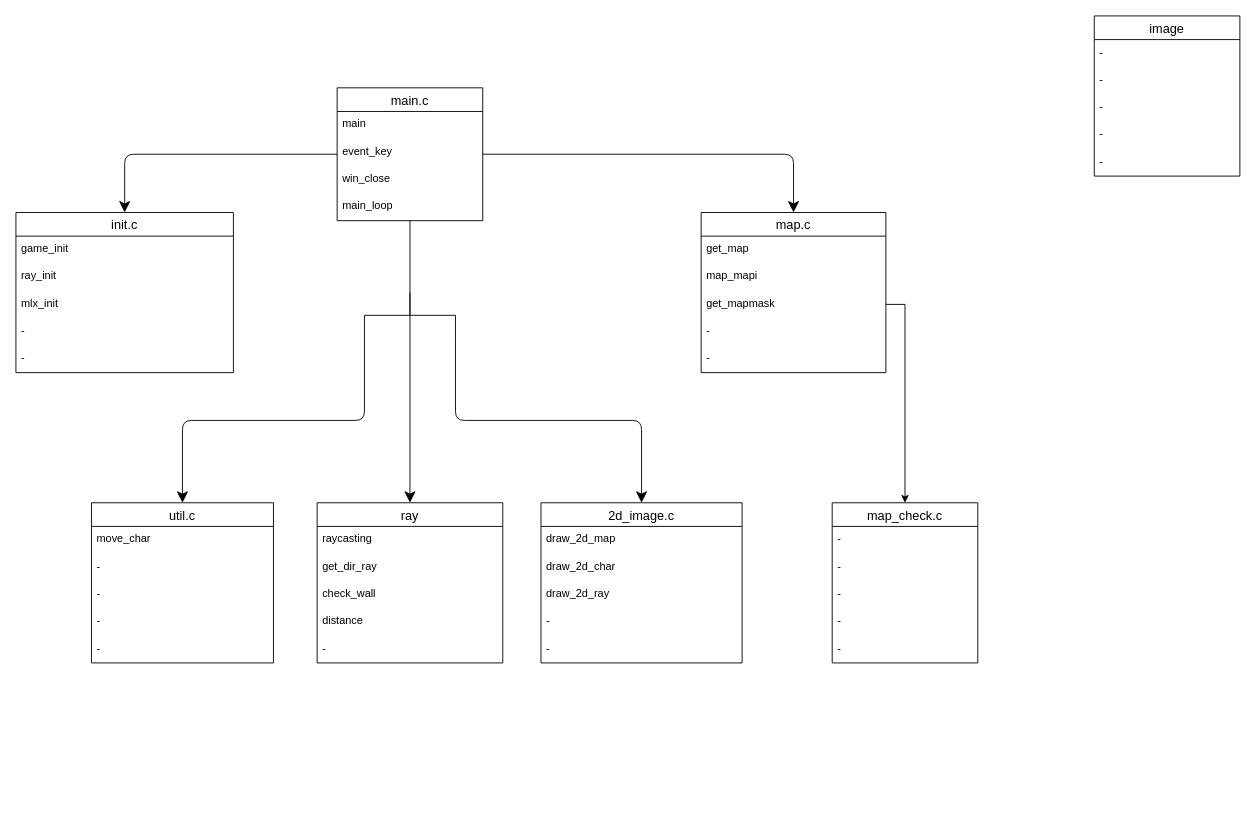
This is drawio/cub3d.drawio from meong99/42_seoul, a draw.io file, before an edit. Source tidied: cells renumbered, new cells numbered last; positions are measured from the earlier drawing's top-left corner, leaving out a move shared by most shapes. Both pictures are drawn from the tidied source at 91%, with x=0, y=0 at pixel (15, 15).
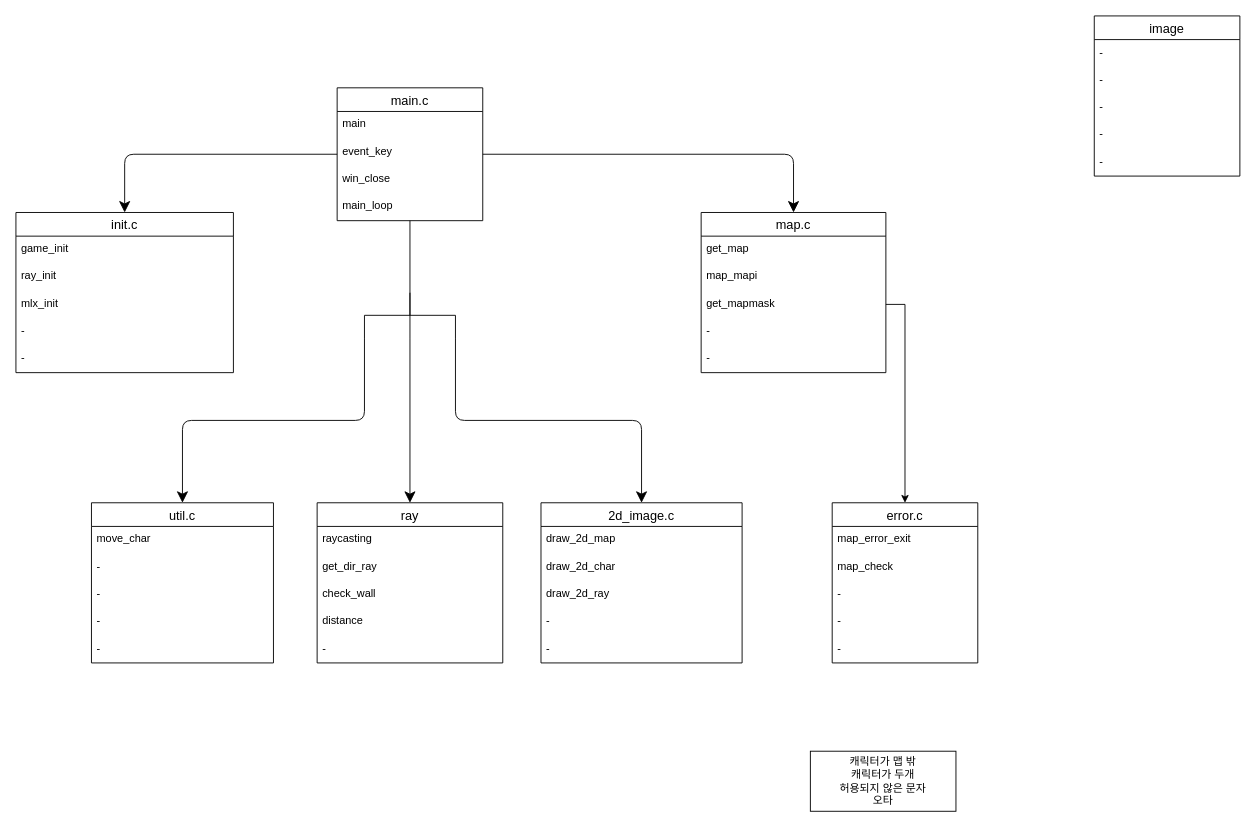
The same diagram, later.

Diff of the diagram source:
```diff
@@
-    <mxCell id="51" value="map_check.c" style="swimlane;fontStyle=0;horizontal=1;startSize=26;align=center;fontSize=14;fillColor=#FFFFFF;" parent="1" vertex="1">
+    <mxCell id="51" value="error.c" style="swimlane;fontStyle=0;horizontal=1;startSize=26;align=center;fontSize=14;fillColor=#FFFFFF;" parent="1" vertex="1">
       <mxGeometry x="897" y="535" width="160" height="176" as="geometry" />
     </mxCell>
-    <mxCell id="52" value="-" style="text;strokeColor=none;fillColor=none;spacingLeft=4;spacingRight=4;overflow=hidden;fontSize=12;" parent="51" vertex="1">
+    <mxCell id="52" value="map_error_exit" style="text;strokeColor=none;fillColor=none;spacingLeft=4;spacingRight=4;overflow=hidden;fontSize=12;" parent="51" vertex="1">
       <mxGeometry y="26" width="160" height="30" as="geometry" />
     </mxCell>
-    <mxCell id="53" value="-" style="text;strokeColor=none;fillColor=none;spacingLeft=4;spacingRight=4;overflow=hidden;fontSize=12;" parent="51" vertex="1">
+    <mxCell id="53" value="map_check" style="text;strokeColor=none;fillColor=none;spacingLeft=4;spacingRight=4;overflow=hidden;fontSize=12;" parent="51" vertex="1">
       <mxGeometry y="56" width="160" height="30" as="geometry" />
     </mxCell>
@@
+    <mxCell id="58" value="캐릭터가 맵 밖&lt;br&gt;캐릭터가 두개&lt;br&gt;허용되지 않은 문자&lt;br&gt;오타" style="rounded=0;whiteSpace=wrap;html=1;" parent="1" vertex="1">
+      <mxGeometry x="873" y="808" width="160" height="66" as="geometry" />
+    </mxCell>
```
